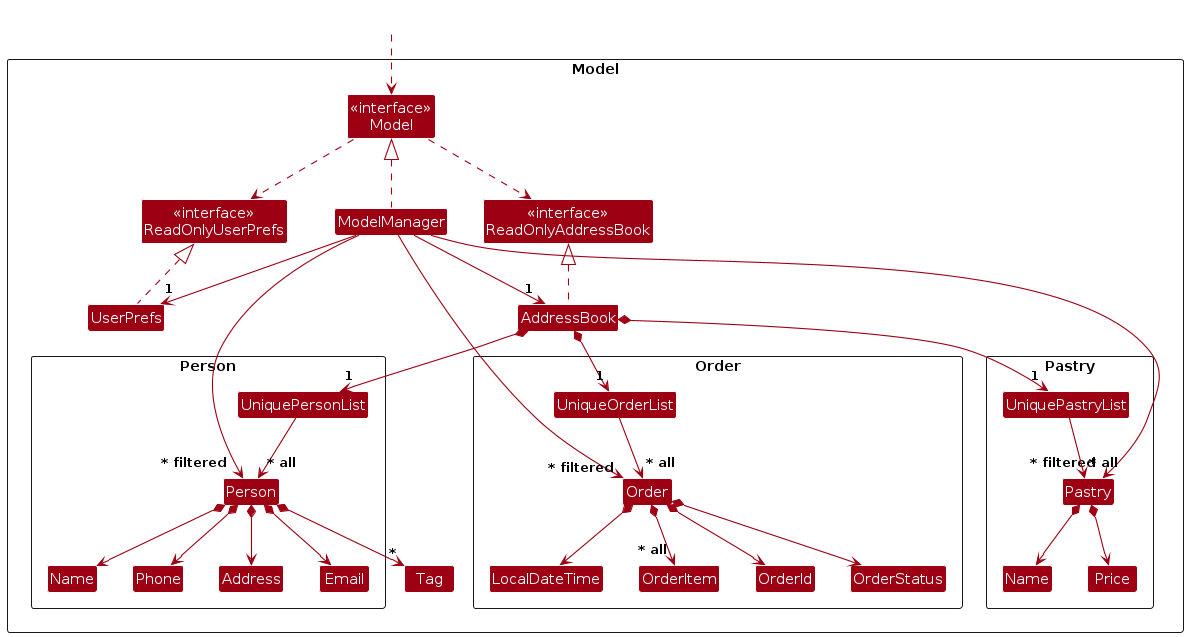
The PlantUML diagram diagrams/ModelClassDiagram.png in AY2425S2-CS2103T-F13-2/tp, before a commit. Its source is kept beside it as diagrams/ModelClassDiagram.puml.
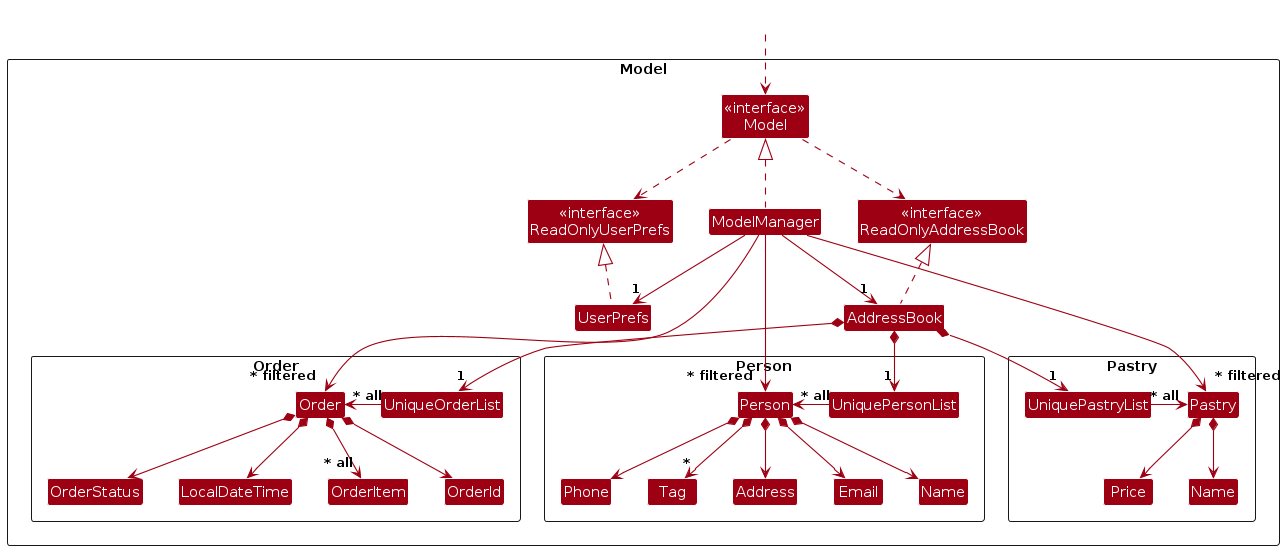
Later version of the same file.

What changed in the source:
```diff
@@ -19,8 +19,8 @@
 Class Email
 Class Name
 Class Phone
+Class Tag
 }
-Class Tag
 
 Package Pastry as ModelPastry <<Rectangle>> {
 Class UniquePastryList
@@ -59,7 +59,7 @@
 ModelManager --> "~* filtered" Order
 
 AddressBook *--> "1" UniquePersonList
-UniquePersonList --> "~* all" Person
+UniquePersonList -left-> "~* all" Person
 Person *--> Name
 Person *--> Phone
 Person *--> Email
@@ -67,12 +67,12 @@
 Person *--> "*" Tag
 
 AddressBook *--> "1" UniquePastryList
-UniquePastryList --> "~* all" Pastry
+UniquePastryList -right-> "~* all" Pastry
 Pastry *--> PName
 Pastry *--> Price
 
 AddressBook *--> "1" UniqueOrderList
-UniqueOrderList --> "~* all" Order
+UniqueOrderList -right-> "~* all" Order
 Order *--> OrderId
 Order *--> OrderStatus
 Order *--> LocalDateTime
```
